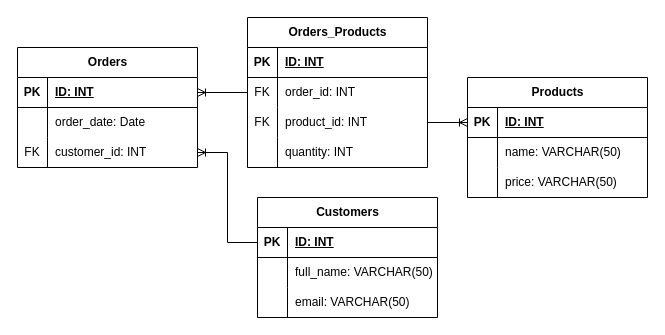
Earlier version of the draw.io diagram Практика 4/Untitled Diagram.drawio (larionov09/WEB-Practice). Source tidied: cells renumbered, new cells numbered last; positions are measured from the earlier drawing's top-left corner, leaving out a move shared by most shapes. Both pictures are drawn from the tidied source at 100%, with x=0, y=0 at pixel (17, 17).
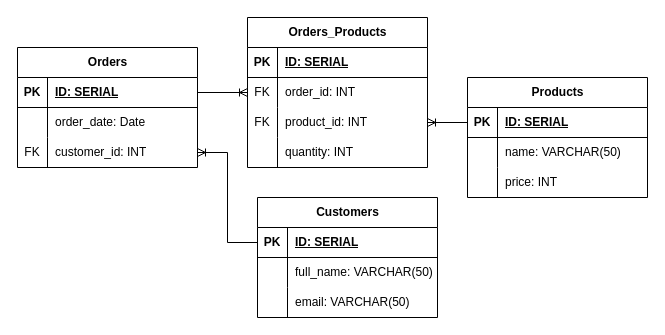
The same diagram, later.

The change refers to these unchanged cells:
```xml
<mxCell id="3" style="shape=tableRow;horizontal=0;startSize=0;swimlaneHead=0;swimlaneBody=0;fillColor=none;points=[[0,0.5],[1,0.5]];portConstraint=eastwest;top=0;left=0;right=0;bottom=1;" parent="2" vertex="1">
  <mxGeometry y="30" width="180" height="30" as="geometry" />
</mxCell>
<mxCell id="13" style="shape=tableRow;horizontal=0;startSize=0;swimlaneHead=0;swimlaneBody=0;fillColor=none;points=[[0,0.5],[1,0.5]];portConstraint=eastwest;top=0;left=0;right=0;bottom=1;" parent="12" vertex="1">
  <mxGeometry y="30" width="180" height="30" as="geometry" />
</mxCell>
<mxCell id="23" style="shape=tableRow;horizontal=0;startSize=0;swimlaneHead=0;swimlaneBody=0;fillColor=none;points=[[0,0.5],[1,0.5]];portConstraint=eastwest;top=0;left=0;right=0;bottom=1;" parent="22" vertex="1">
  <mxGeometry y="30" width="180" height="30" as="geometry" />
</mxCell>
<mxCell id="29" style="shape=tableRow;horizontal=0;startSize=0;swimlaneHead=0;swimlaneBody=0;fillColor=none;top=0;left=0;right=0;bottom=0;" parent="22" vertex="1">
  <mxGeometry y="90" width="180" height="30" as="geometry" />
</mxCell>
<mxCell id="34" style="shape=tableRow;horizontal=0;startSize=0;swimlaneHead=0;swimlaneBody=0;fillColor=none;top=0;left=0;right=0;bottom=1;" parent="33" vertex="1">
  <mxGeometry y="30" width="180" height="30" as="geometry" />
</mxCell>
<mxCell id="37" style="shape=tableRow;horizontal=0;startSize=0;swimlaneHead=0;swimlaneBody=0;fillColor=none;points=[[0,0.5],[1,0.5]];portConstraint=eastwest;top=0;left=0;right=0;bottom=0;" parent="33" vertex="1">
  <mxGeometry y="60" width="180" height="30" as="geometry" />
</mxCell>
<mxCell id="40" style="shape=tableRow;horizontal=0;startSize=0;swimlaneHead=0;swimlaneBody=0;fillColor=none;points=[[0,0.5],[1,0.5]];portConstraint=eastwest;top=0;left=0;right=0;bottom=0;" parent="33" vertex="1">
  <mxGeometry y="90" width="180" height="30" as="geometry" />
</mxCell>
```

What changed in the source:
```diff
@@
-    <mxCell id="5" value="ID: INT" style="shape=partialRectangle;fillColor=none;top=0;left=0;bottom=0;right=0;align=left;spacingLeft=6;fontStyle=5;overflow=hidden;whiteSpace=wrap;html=1;" parent="3" vertex="1">
+    <mxCell id="5" value="ID: SERIAL" style="shape=partialRectangle;fillColor=none;top=0;left=0;bottom=0;right=0;align=left;spacingLeft=6;fontStyle=5;overflow=hidden;whiteSpace=wrap;html=1;" parent="3" vertex="1">
       <mxGeometry x="30" width="150" height="30" as="geometry" />
     </mxCell>
@@
-    <mxCell id="15" value="ID: INT" style="shape=partialRectangle;fillColor=none;top=0;left=0;bottom=0;right=0;align=left;spacingLeft=6;fontStyle=5;overflow=hidden;whiteSpace=wrap;html=1;" parent="13" vertex="1">
+    <mxCell id="15" value="ID: SERIAL" style="shape=partialRectangle;fillColor=none;top=0;left=0;bottom=0;right=0;align=left;spacingLeft=6;fontStyle=5;overflow=hidden;whiteSpace=wrap;html=1;" parent="13" vertex="1">
       <mxGeometry x="30" width="150" height="30" as="geometry" />
     </mxCell>
@@
-    <mxCell id="25" value="ID: INT" style="shape=partialRectangle;fillColor=none;top=0;left=0;bottom=0;right=0;align=left;spacingLeft=6;fontStyle=5;overflow=hidden;whiteSpace=wrap;html=1;" parent="23" vertex="1">
+    <mxCell id="25" value="ID: SERIAL" style="shape=partialRectangle;fillColor=none;top=0;left=0;bottom=0;right=0;align=left;spacingLeft=6;fontStyle=5;overflow=hidden;whiteSpace=wrap;html=1;" parent="23" vertex="1">
       <mxGeometry x="30" width="150" height="30" as="geometry" />
     </mxCell>
@@
-    <mxCell id="31" value="price: VARCHAR(50)" style="shape=partialRectangle;fillColor=none;top=0;left=0;bottom=0;right=0;align=left;spacingLeft=6;overflow=hidden;whiteSpace=wrap;html=1;" parent="29" vertex="1">
+    <mxCell id="31" value="price: INT" style="shape=partialRectangle;fillColor=none;top=0;left=0;bottom=0;right=0;align=left;spacingLeft=6;overflow=hidden;whiteSpace=wrap;html=1;" parent="29" vertex="1">
       <mxGeometry x="30" width="150" height="30" as="geometry" />
     </mxCell>
@@
-    <mxCell id="36" value="ID: INT" style="shape=partialRectangle;fillColor=none;top=0;left=0;bottom=0;right=0;align=left;spacingLeft=6;fontStyle=5;overflow=hidden;whiteSpace=wrap;html=1;" parent="34" vertex="1">
+    <mxCell id="36" value="ID: SERIAL" style="shape=partialRectangle;fillColor=none;top=0;left=0;bottom=0;right=0;align=left;spacingLeft=6;fontStyle=5;overflow=hidden;whiteSpace=wrap;html=1;" parent="34" vertex="1">
       <mxGeometry x="30" width="150" height="30" as="geometry" />
     </mxCell>
@@
-    <mxCell id="46" style="edgeStyle=entityRelationEdgeStyle;fontSize=12;html=1;endArrow=ERoneToMany;rounded=0;exitX=0;exitY=0.5;exitDx=0;exitDy=0;entryX=1;entryY=0.5;entryDx=0;entryDy=0;" parent="1" edge="1" source="37" target="13">
+    <mxCell id="46" style="edgeStyle=entityRelationEdgeStyle;fontSize=12;html=1;endArrow=ERoneToMany;rounded=0;exitX=1;exitY=0.5;exitDx=0;exitDy=0;entryX=0;entryY=0.5;entryDx=0;entryDy=0;" parent="1" edge="1" source="13" target="37">
       <mxGeometry relative="1" as="geometry" />
     </mxCell>
-    <mxCell id="47" style="edgeStyle=entityRelationEdgeStyle;fontSize=12;html=1;endArrow=ERoneToMany;rounded=0;exitX=1;exitY=0.5;exitDx=0;exitDy=0;entryX=0;entryY=0.5;entryDx=0;entryDy=0;" parent="1" edge="1" source="40" target="23">
+    <mxCell id="47" style="edgeStyle=entityRelationEdgeStyle;fontSize=12;html=1;endArrow=ERoneToMany;rounded=0;exitX=0;exitY=0.5;exitDx=0;exitDy=0;entryX=1;entryY=0.5;entryDx=0;entryDy=0;" parent="1" edge="1" source="23" target="40">
       <mxGeometry relative="1" as="geometry" />
     </mxCell>
```
